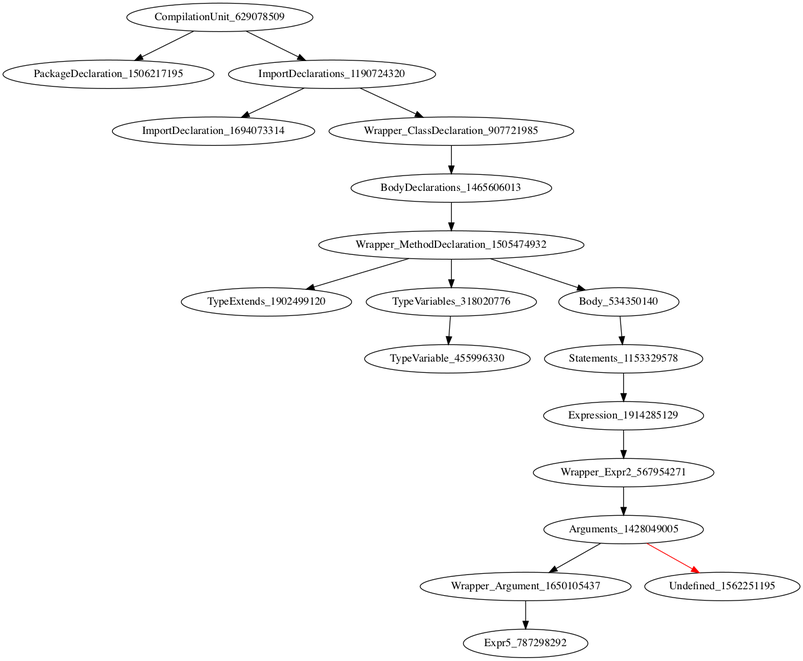
Above: holeAST.png in icse2023material/VoiceJava (Graphviz), before the change. Its source is kept beside it as holeAST.dot.
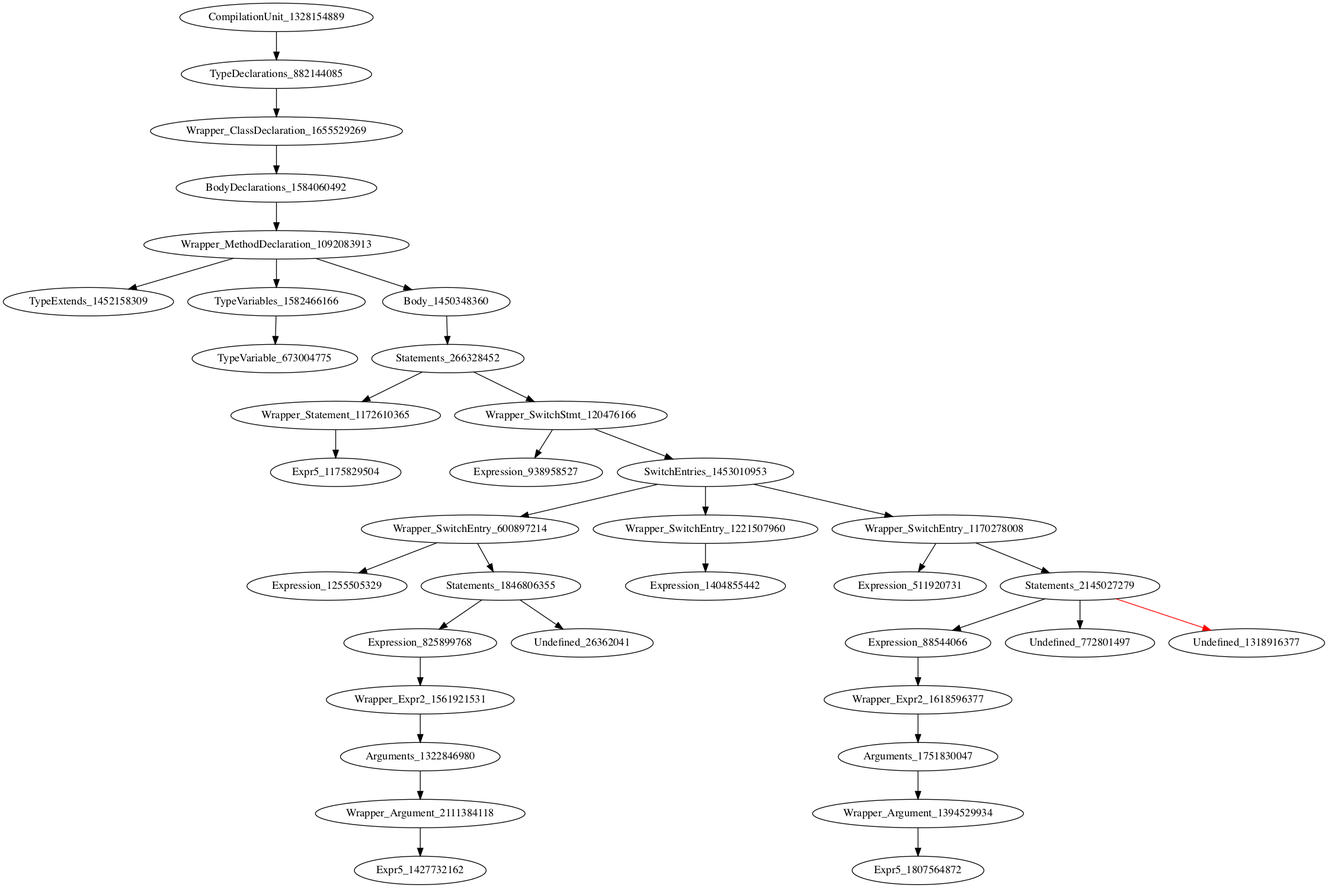
Above is the later version.

The edit, as a diff of the source:
```diff
@@ -1,19 +1,37 @@
 digraph {
-CompilationUnit_629078509 -> PackageDeclaration_1506217195
-CompilationUnit_629078509 -> ImportDeclarations_1190724320
-ImportDeclarations_1190724320 -> ImportDeclaration_1694073314
-ImportDeclarations_1190724320 -> Wrapper_ClassDeclaration_907721985
-Wrapper_ClassDeclaration_907721985 -> BodyDeclarations_1465606013
-BodyDeclarations_1465606013 -> Wrapper_MethodDeclaration_1505474932
-Wrapper_MethodDeclaration_1505474932 -> TypeExtends_1902499120
-Wrapper_MethodDeclaration_1505474932 -> TypeVariables_318020776
-Wrapper_MethodDeclaration_1505474932 -> Body_534350140
-TypeVariables_318020776 -> TypeVariable_455996330
-Body_534350140 -> Statements_1153329578
-Statements_1153329578 -> Expression_1914285129
-Expression_1914285129 -> Wrapper_Expr2_567954271
-Wrapper_Expr2_567954271 -> Arguments_1428049005
-Arguments_1428049005 -> Wrapper_Argument_1650105437
-Arguments_1428049005 -> Undefined_1562251195 [color = red]
-Wrapper_Argument_1650105437 -> Expr5_787298292
+CompilationUnit_1328154889 -> TypeDeclarations_882144085
+TypeDeclarations_882144085 -> Wrapper_ClassDeclaration_1655529269
+Wrapper_ClassDeclaration_1655529269 -> BodyDeclarations_1584060492
+BodyDeclarations_1584060492 -> Wrapper_MethodDeclaration_1092083913
+Wrapper_MethodDeclaration_1092083913 -> TypeExtends_1452158309
+Wrapper_MethodDeclaration_1092083913 -> TypeVariables_1582466166
+Wrapper_MethodDeclaration_1092083913 -> Body_1450348360
+TypeVariables_1582466166 -> TypeVariable_673004775
+Body_1450348360 -> Statements_266328452
+Statements_266328452 -> Wrapper_Statement_1172610365
+Statements_266328452 -> Wrapper_SwitchStmt_120476166
+Wrapper_Statement_1172610365 -> Expr5_1175829504
+Wrapper_SwitchStmt_120476166 -> Expression_938958527
+Wrapper_SwitchStmt_120476166 -> SwitchEntries_1453010953
+SwitchEntries_1453010953 -> Wrapper_SwitchEntry_600897214
+SwitchEntries_1453010953 -> Wrapper_SwitchEntry_1221507960
+SwitchEntries_1453010953 -> Wrapper_SwitchEntry_1170278008
+Wrapper_SwitchEntry_600897214 -> Expression_1255505329
+Wrapper_SwitchEntry_600897214 -> Statements_1846806355
+Wrapper_SwitchEntry_1221507960 -> Expression_1404855442
+Wrapper_SwitchEntry_1170278008 -> Expression_511920731
+Wrapper_SwitchEntry_1170278008 -> Statements_2145027279
+Statements_1846806355 -> Expression_825899768
+Statements_1846806355 -> Undefined_26362041
+Statements_2145027279 -> Expression_88544066
+Statements_2145027279 -> Undefined_772801497
+Statements_2145027279 -> Undefined_1318916377 [color = red]
+Expression_825899768 -> Wrapper_Expr2_1561921531
+Expression_88544066 -> Wrapper_Expr2_1618596377
+Wrapper_Expr2_1561921531 -> Arguments_1322846980
+Wrapper_Expr2_1618596377 -> Arguments_1751830047
+Arguments_1322846980 -> Wrapper_Argument_2111384118
+Arguments_1751830047 -> Wrapper_Argument_1394529934
+Wrapper_Argument_2111384118 -> Expr5_1427732162
+Wrapper_Argument_1394529934 -> Expr5_1807564872
 }
```
